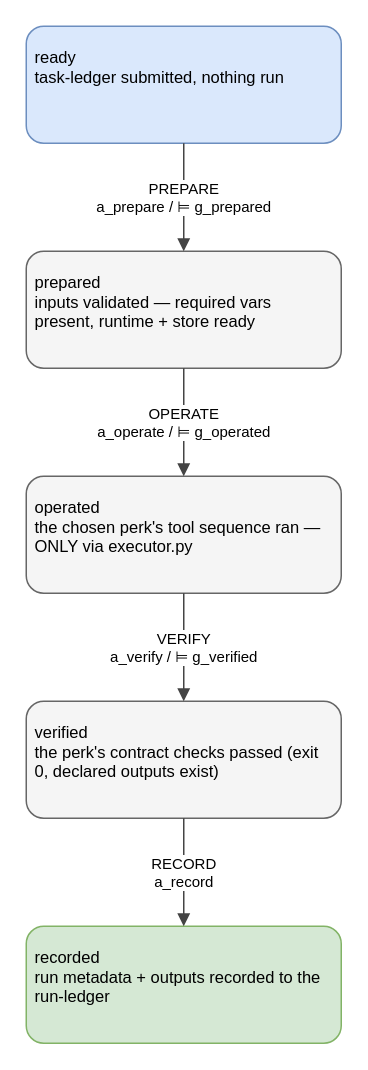
Earlier version of the draw.io diagram skills/net/blueprint.drawio (rhCat/cyberware). Source tidied: cells renumbered, new cells numbered last; positions are measured from the earlier drawing's top-left corner, leaving out a move shared by most shapes. Both pictures are drawn from the tidied source at 150%, with x=0, y=0 at pixel (26, 26).
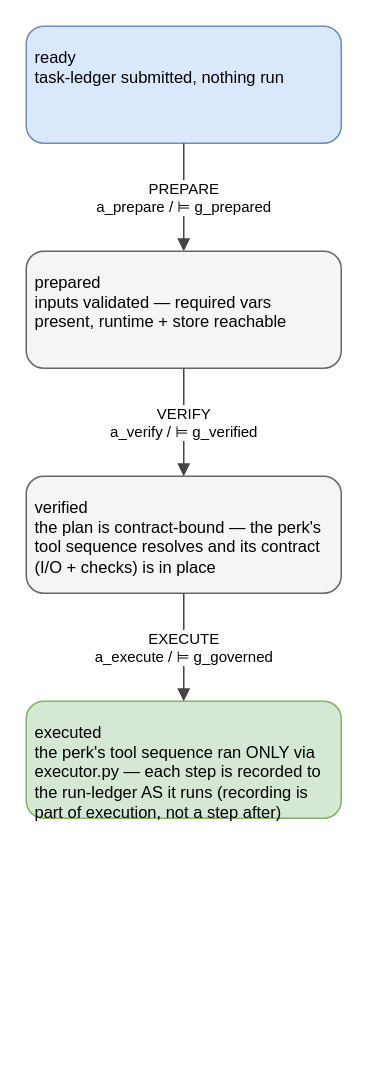
Above is the later version.

The edit, as a diff of the source:
```diff
@@
 <mxGraphModel>
   <root>
     <mxCell id="0" />
     <mxCell id="1" parent="0" />
     <mxCell id="2" value="ready&#10;task-ledger submitted, nothing run" style="rounded=1;whiteSpace=wrap;html=1;fillColor=#dae8fc;strokeColor=#6c8ebf;align=left;verticalAlign=top;spacing=6;spacingTop=4;fontSize=11;" parent="1" vertex="1">
       <mxGeometry width="210" height="78" as="geometry" />
     </mxCell>
-    <mxCell id="3" value="prepared&#10;inputs validated — required vars present, runtime + store ready" style="rounded=1;whiteSpace=wrap;html=1;fillColor=#f5f5f5;strokeColor=#666666;align=left;verticalAlign=top;spacing=6;spacingTop=4;fontSize=11;" parent="1" vertex="1">
+    <mxCell id="3" value="prepared&#10;inputs validated — required vars present, runtime + store reachable" style="rounded=1;whiteSpace=wrap;html=1;fillColor=#f5f5f5;strokeColor=#666666;align=left;verticalAlign=top;spacing=6;spacingTop=4;fontSize=11;" parent="1" vertex="1">
       <mxGeometry y="150" width="210" height="78" as="geometry" />
     </mxCell>
-    <mxCell id="4" value="operated&#10;the chosen perk's tool sequence ran — ONLY via executor.py" style="rounded=1;whiteSpace=wrap;html=1;fillColor=#f5f5f5;strokeColor=#666666;align=left;verticalAlign=top;spacing=6;spacingTop=4;fontSize=11;" parent="1" vertex="1">
-      <mxGeometry y="300" width="210" height="78" as="geometry" />
-    </mxCell>
-    <mxCell id="5" value="verified&#10;the perk's contract checks passed (exit 0, declared outputs exist)" style="rounded=1;whiteSpace=wrap;html=1;fillColor=#f5f5f5;strokeColor=#666666;align=left;verticalAlign=top;spacing=6;spacingTop=4;fontSize=11;" parent="1" vertex="1">
-      <mxGeometry y="450" width="210" height="78" as="geometry" />
+    <mxCell id="5" value="verified&#10;the plan is contract-bound — the perk's tool sequence resolves and its contract (I/O + checks) is in place" style="rounded=1;whiteSpace=wrap;html=1;fillColor=#f5f5f5;strokeColor=#666666;align=left;verticalAlign=top;spacing=6;spacingTop=4;fontSize=11;" parent="1" vertex="1">
+      <mxGeometry y="300" width="210" height="78" as="geometry" />
     </mxCell>
-    <mxCell id="6" value="recorded&#10;run metadata + outputs recorded to the run-ledger" style="rounded=1;whiteSpace=wrap;html=1;fillColor=#d5e8d4;strokeColor=#82b366;align=left;verticalAlign=top;spacing=6;spacingTop=4;fontSize=11;" parent="1" vertex="1">
-      <mxGeometry y="600" width="210" height="78" as="geometry" />
-    </mxCell>
+    <mxCell id="11" value="executed&#10;the perk's tool sequence ran ONLY via executor.py — each step is recorded to the run-ledger AS it runs (recording is part of execution, not a step after)" style="rounded=1;whiteSpace=wrap;html=1;fillColor=#d5e8d4;strokeColor=#82b366;align=left;verticalAlign=top;spacing=6;spacingTop=4;fontSize=11;" parent="1" vertex="1">
+      <mxGeometry y="450" width="210" height="78" as="geometry" />
+    </mxCell>
     <mxCell id="7" value="PREPARE&#10;a_prepare / ⊨ g_prepared" style="edgeStyle=orthogonalEdgeStyle;rounded=1;html=1;fontSize=10;endArrow=block;strokeColor=#444444;" parent="1" edge="1" source="2" target="3">
       <mxGeometry relative="1" as="geometry" />
     </mxCell>
-    <mxCell id="8" value="OPERATE&#10;a_operate / ⊨ g_operated" style="edgeStyle=orthogonalEdgeStyle;rounded=1;html=1;fontSize=10;endArrow=block;strokeColor=#444444;" parent="1" edge="1" source="3" target="4">
+    <mxCell id="8" value="VERIFY&#10;a_verify / ⊨ g_verified" style="edgeStyle=orthogonalEdgeStyle;rounded=1;html=1;fontSize=10;endArrow=block;strokeColor=#444444;" parent="1" edge="1" source="3" target="5">
       <mxGeometry relative="1" as="geometry" />
     </mxCell>
-    <mxCell id="9" value="VERIFY&#10;a_verify / ⊨ g_verified" style="edgeStyle=orthogonalEdgeStyle;rounded=1;html=1;fontSize=10;endArrow=block;strokeColor=#444444;" parent="1" edge="1" source="4" target="5">
+    <mxCell id="9" value="EXECUTE&#10;a_execute / ⊨ g_governed" style="edgeStyle=orthogonalEdgeStyle;rounded=1;html=1;fontSize=10;endArrow=block;strokeColor=#444444;" parent="1" edge="1" source="5" target="11">
       <mxGeometry relative="1" as="geometry" />
     </mxCell>
-    <mxCell id="10" value="RECORD&#10;a_record" style="edgeStyle=orthogonalEdgeStyle;rounded=1;html=1;fontSize=10;endArrow=block;strokeColor=#444444;" parent="1" edge="1" source="5" target="6">
-      <mxGeometry relative="1" as="geometry" />
-    </mxCell>
   </root>
 </mxGraphModel>
```
